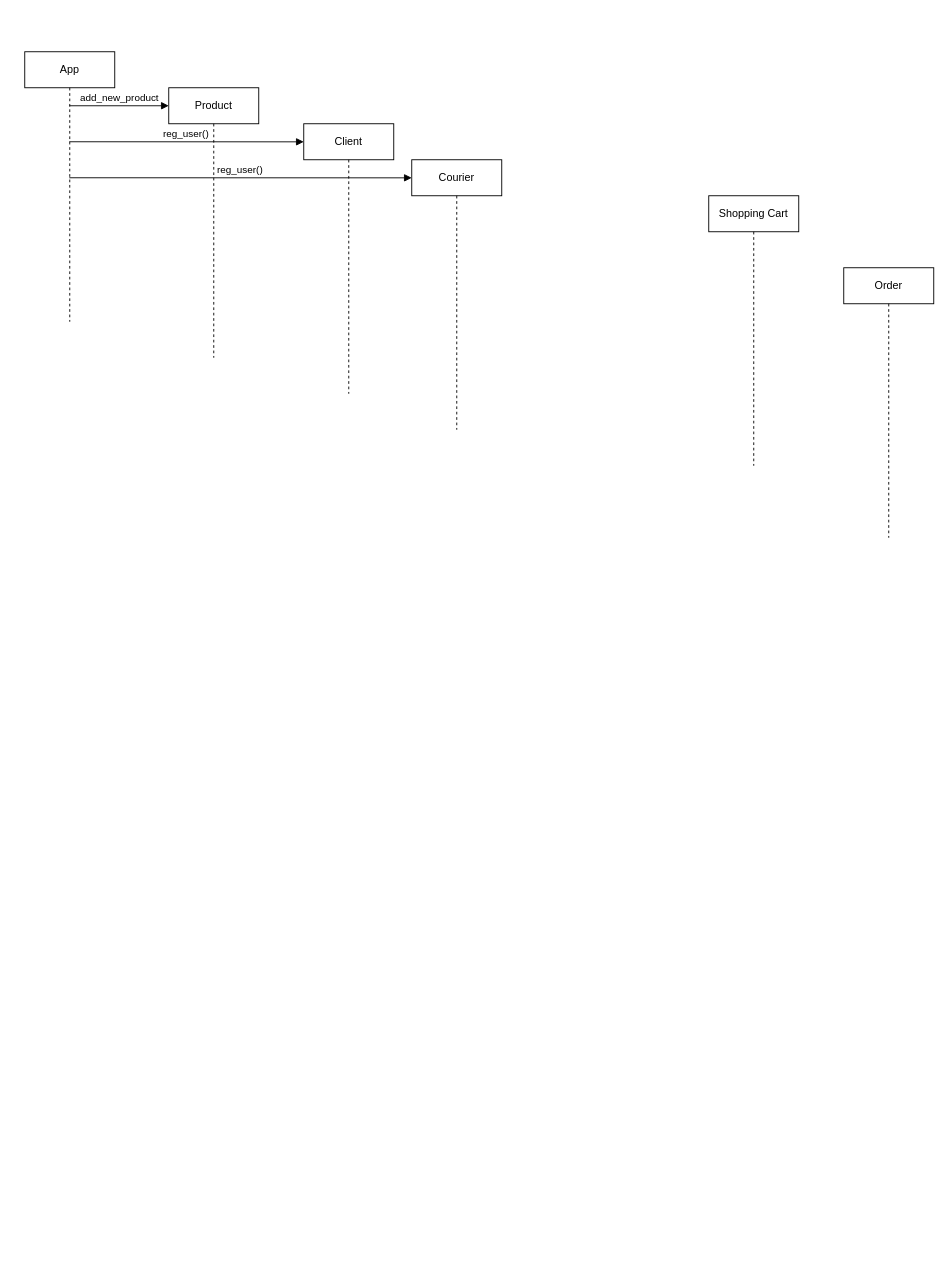
MstislavRomanovski/ProgramIngeneering keeps this draw.io diagram as actions_sequnce_delivery_service.drawio. Above is the earlier version. Source tidied: cells renumbered, new cells numbered last; positions are measured from the earlier drawing's top-left corner, leaving out a move shared by most shapes. Both pictures are drawn from the tidied source at 90%, with x=0, y=0 at pixel (24, 51).
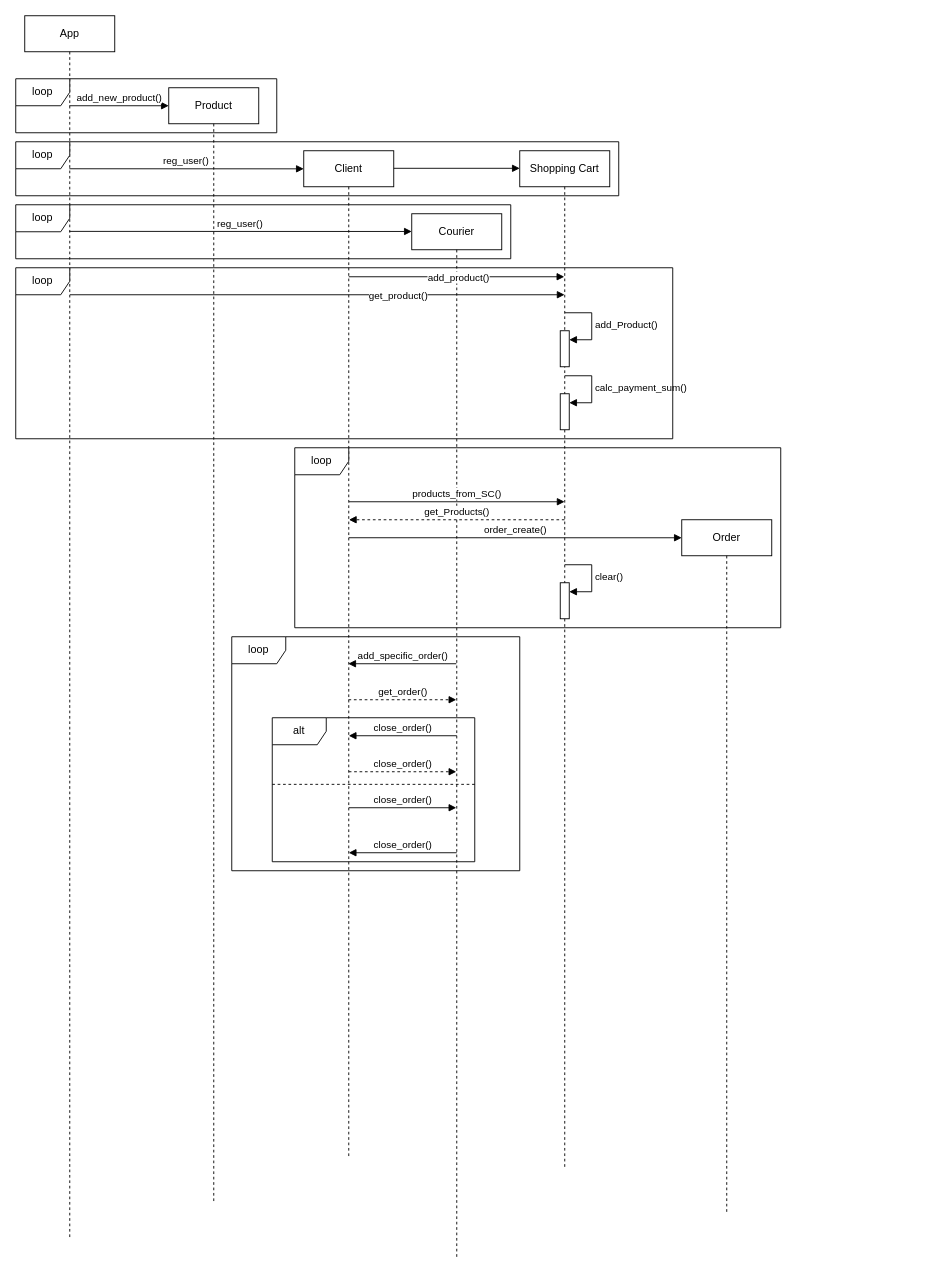
After the change.

Diff of the diagram source:
```diff
@@
     <mxCell id="2" value="App" style="shape=umlLifeline;perimeter=lifelinePerimeter;whiteSpace=wrap;html=1;newEdgeStyle={&quot;curved&quot;:0,&quot;rounded&quot;:0};" parent="1" vertex="1">
-      <mxGeometry width="100" height="300" as="geometry" />
+      <mxGeometry y="-40" width="100" height="1360" as="geometry" />
     </mxCell>
     <mxCell id="3" value="Product" style="shape=umlLifeline;perimeter=lifelinePerimeter;whiteSpace=wrap;html=1;newEdgeStyle={&quot;curved&quot;:0,&quot;rounded&quot;:0};" parent="1" vertex="1">
-      <mxGeometry x="160" y="40" width="100" height="300" as="geometry" />
+      <mxGeometry x="160" y="40" width="100" height="1240" as="geometry" />
     </mxCell>
     <mxCell id="4" value="Client" style="shape=umlLifeline;perimeter=lifelinePerimeter;whiteSpace=wrap;html=1;newEdgeStyle={&quot;curved&quot;:0,&quot;rounded&quot;:0};" parent="1" vertex="1">
-      <mxGeometry x="310" y="80" width="100" height="300" as="geometry" />
+      <mxGeometry x="310" y="110" width="100" height="1120" as="geometry" />
     </mxCell>
     <mxCell id="5" value="Courier" style="shape=umlLifeline;perimeter=lifelinePerimeter;whiteSpace=wrap;html=1;outlineConnect=0;portConstraint=eastwest;newEdgeStyle={&quot;curved&quot;:0,&quot;rounded&quot;:0};" parent="1" vertex="1">
-      <mxGeometry x="430" y="120" width="100" height="300" as="geometry" />
+      <mxGeometry x="430" y="180" width="100" height="1160" as="geometry" />
     </mxCell>
     <mxCell id="6" value="Order" style="shape=umlLifeline;perimeter=lifelinePerimeter;whiteSpace=wrap;html=1;outlineConnect=0;portConstraint=eastwest;newEdgeStyle={&quot;curved&quot;:0,&quot;rounded&quot;:0};" parent="1" vertex="1">
-      <mxGeometry x="910" y="240" width="100" height="300" as="geometry" />
+      <mxGeometry x="730" y="520" width="100" height="770" as="geometry" />
     </mxCell>
     <mxCell id="7" value="Shopping Cart" style="shape=umlLifeline;perimeter=lifelinePerimeter;whiteSpace=wrap;html=1;outlineConnect=0;portConstraint=eastwest;newEdgeStyle={&quot;curved&quot;:0,&quot;rounded&quot;:0};" parent="1" vertex="1">
-      <mxGeometry x="760" y="160" width="100" height="300" as="geometry" />
+      <mxGeometry x="550" y="110" width="100" height="1130" as="geometry" />
     </mxCell>
+    <mxCell id="11" value="add_Product()" style="html=1;align=left;spacingLeft=2;endArrow=block;rounded=0;edgeStyle=orthogonalEdgeStyle;curved=0;rounded=0;" parent="7" edge="1">
+      <mxGeometry relative="1" as="geometry">
+        <mxPoint x="50" y="180" as="sourcePoint" />
+        <mxPoint x="55" y="210" as="targetPoint" />
+        <Array as="points">
+          <mxPoint x="80" y="210" />
+        </Array>
+      </mxGeometry>
+    </mxCell>
+    <mxCell id="12" value="calc_payment_sum()" style="html=1;align=left;spacingLeft=2;endArrow=block;rounded=0;edgeStyle=orthogonalEdgeStyle;curved=0;rounded=0;" parent="7" edge="1">
+      <mxGeometry relative="1" as="geometry">
+        <mxPoint x="50" y="250" as="sourcePoint" />
+        <mxPoint x="55" y="280" as="targetPoint" />
+        <Array as="points">
+          <mxPoint x="80" y="280" />
+        </Array>
+      </mxGeometry>
+    </mxCell>
+    <mxCell id="13" style="html=1;perimeter=orthogonalPerimeter;targetShapes=umlLifeline;newEdgeStyle={&quot;curved&quot;:0,&quot;rounded&quot;:0};" parent="7" vertex="1">
+      <mxGeometry x="45" y="270" width="10" height="40" as="geometry" />
+    </mxCell>
+    <mxCell id="14" value="clear()" style="html=1;align=left;spacingLeft=2;endArrow=block;rounded=0;edgeStyle=orthogonalEdgeStyle;curved=0;rounded=0;" parent="7" edge="1">
+      <mxGeometry relative="1" as="geometry">
+        <mxPoint x="50" y="460" as="sourcePoint" />
+        <mxPoint x="55" y="490" as="targetPoint" />
+        <Array as="points">
+          <mxPoint x="80" y="490" />
+        </Array>
+      </mxGeometry>
+    </mxCell>
+    <mxCell id="15" style="html=1;perimeter=orthogonalPerimeter;targetShapes=umlLifeline;newEdgeStyle={&quot;curved&quot;:0,&quot;rounded&quot;:0};" parent="7" vertex="1">
+      <mxGeometry x="45" y="480" width="10" height="40" as="geometry" />
+    </mxCell>
-    <mxCell id="8" value="add_new_product" style="html=1;verticalAlign=bottom;endArrow=block;curved=0;rounded=0;" parent="1" edge="1">
+    <mxCell id="8" value="add_new_product()" style="html=1;verticalAlign=bottom;endArrow=block;curved=0;rounded=0;" parent="1" edge="1">
       <mxGeometry relative="1" as="geometry">
         <mxPoint x="49.5" y="60" as="sourcePoint" />
         <mxPoint x="160" y="60" as="targetPoint" />
       </mxGeometry>
     </mxCell>
     <mxCell id="9" value="reg_user()" style="html=1;verticalAlign=bottom;endArrow=block;curved=0;rounded=0;entryX=0;entryY=0.067;entryDx=0;entryDy=0;entryPerimeter=0;" parent="1" edge="1">
       <mxGeometry relative="1" as="geometry">
-        <mxPoint x="49.5" y="100" as="sourcePoint" />
-        <mxPoint x="310" y="100.1" as="targetPoint" />
+        <mxPoint x="49.5" y="130" as="sourcePoint" />
+        <mxPoint x="310" y="130.1" as="targetPoint" />
       </mxGeometry>
     </mxCell>
-    <mxCell id="10" value="reg_user()" style="html=1;verticalAlign=bottom;endArrow=block;curved=0;rounded=0;entryX=0;entryY=0.067;entryDx=0;entryDy=0;entryPerimeter=0;" parent="1" edge="1" target="5">
+    <mxCell id="10" value="reg_user()" style="html=1;verticalAlign=bottom;endArrow=block;curved=0;rounded=0;entryX=0;entryY=0.067;entryDx=0;entryDy=0;entryPerimeter=0;" parent="1" edge="1">
       <mxGeometry relative="1" as="geometry">
-        <mxPoint x="49.5" y="140" as="sourcePoint" />
+        <mxPoint x="49.5" y="199.6" as="sourcePoint" />
+        <mxPoint x="430" y="199.7" as="targetPoint" />
       </mxGeometry>
     </mxCell>
+    <mxCell id="16" style="html=1;verticalAlign=bottom;endArrow=block;curved=0;rounded=0;" parent="1" edge="1">
+      <mxGeometry relative="1" as="geometry">
+        <mxPoint x="410" y="129.5" as="sourcePoint" />
+        <mxPoint x="550" y="129.5" as="targetPoint" />
+      </mxGeometry>
+    </mxCell>
+    <mxCell id="17" value="loop" style="shape=umlFrame;whiteSpace=wrap;html=1;" parent="1" vertex="1">
+      <mxGeometry x="-10" y="30" width="290" height="60" as="geometry" />
+    </mxCell>
+    <mxCell id="18" value="order_create()" style="html=1;verticalAlign=bottom;endArrow=block;curved=0;rounded=0;entryX=0;entryY=0.026;entryDx=0;entryDy=0;entryPerimeter=0;" parent="1" edge="1" target="6">
+      <mxGeometry relative="1" as="geometry">
+        <mxPoint x="360" y="540" as="sourcePoint" />
+      </mxGeometry>
+    </mxCell>
+    <mxCell id="19" value="loop" style="shape=umlFrame;whiteSpace=wrap;html=1;" parent="1" vertex="1">
+      <mxGeometry x="300" y="440" width="540" height="200" as="geometry" />
+    </mxCell>
+    <mxCell id="20" value="loop" style="shape=umlFrame;whiteSpace=wrap;html=1;" parent="1" vertex="1">
+      <mxGeometry x="-10" y="100" width="670" height="60" as="geometry" />
+    </mxCell>
+    <mxCell id="21" value="loop" style="shape=umlFrame;whiteSpace=wrap;html=1;" parent="1" vertex="1">
+      <mxGeometry x="-10" y="170" width="550" height="60" as="geometry" />
+    </mxCell>
+    <mxCell id="22" style="html=1;verticalAlign=bottom;endArrow=block;curved=0;rounded=0;" parent="1" edge="1" target="7">
+      <mxGeometry relative="1" as="geometry">
+        <mxPoint x="360" y="250" as="sourcePoint" />
+      </mxGeometry>
+    </mxCell>
+    <mxCell id="23" value="add_product()" style="edgeLabel;html=1;align=center;verticalAlign=middle;" parent="22" vertex="1">
+      <mxGeometry x="0.19" relative="1" as="geometry">
+        <mxPoint x="-22" as="offset" />
+      </mxGeometry>
+    </mxCell>
+    <mxCell id="24" style="html=1;verticalAlign=bottom;endArrow=block;curved=0;rounded=0;" parent="1" edge="1">
+      <mxGeometry relative="1" as="geometry">
+        <mxPoint x="50.2" y="270" as="sourcePoint" />
+        <mxPoint x="599.8" y="270" as="targetPoint" />
+      </mxGeometry>
+    </mxCell>
+    <mxCell id="25" value="get_product()" style="edgeLabel;html=1;align=center;verticalAlign=middle;" parent="24" vertex="1">
+      <mxGeometry x="0.19" relative="1" as="geometry">
+        <mxPoint x="37" as="offset" />
+      </mxGeometry>
+    </mxCell>
+    <mxCell id="26" value="loop" style="shape=umlFrame;whiteSpace=wrap;html=1;" parent="1" vertex="1">
+      <mxGeometry x="-10" y="240" width="730" height="190" as="geometry" />
+    </mxCell>
+    <mxCell id="27" style="html=1;perimeter=orthogonalPerimeter;targetShapes=umlLifeline;newEdgeStyle={&quot;curved&quot;:0,&quot;rounded&quot;:0};" parent="1" vertex="1">
+      <mxGeometry x="595" y="310" width="10" height="40" as="geometry" />
+    </mxCell>
+    <mxCell id="28" value="products_from_SC()" style="html=1;verticalAlign=bottom;endArrow=block;curved=0;rounded=0;" parent="1" edge="1">
+      <mxGeometry relative="1" as="geometry">
+        <mxPoint x="360.2" y="500" as="sourcePoint" />
+        <mxPoint x="599.8" y="500" as="targetPoint" />
+      </mxGeometry>
+    </mxCell>
+    <mxCell id="29" value="get_Products()" style="html=1;verticalAlign=bottom;endArrow=block;curved=0;rounded=0;dashed=1;" parent="1" edge="1">
+      <mxGeometry relative="1" as="geometry">
+        <mxPoint x="599.8" y="520" as="sourcePoint" />
+        <mxPoint x="360.2" y="520" as="targetPoint" />
+      </mxGeometry>
+    </mxCell>
+    <mxCell id="30" value="add_specific_order()" style="html=1;verticalAlign=bottom;endArrow=block;curved=0;rounded=0;" parent="1" edge="1">
+      <mxGeometry relative="1" as="geometry">
+        <mxPoint x="479.5" y="680" as="sourcePoint" />
+        <mxPoint x="359.5" y="680" as="targetPoint" />
+      </mxGeometry>
+    </mxCell>
+    <mxCell id="31" value="get_order()" style="html=1;verticalAlign=bottom;endArrow=block;curved=0;rounded=0;dashed=1;" parent="1" edge="1">
+      <mxGeometry relative="1" as="geometry">
+        <mxPoint x="359.7" y="720" as="sourcePoint" />
+        <mxPoint x="479.5" y="720" as="targetPoint" />
+      </mxGeometry>
+    </mxCell>
+    <mxCell id="32" value="loop" style="shape=umlFrame;whiteSpace=wrap;html=1;" parent="1" vertex="1">
+      <mxGeometry x="230" y="650" width="320" height="260" as="geometry" />
+    </mxCell>
+    <mxCell id="33" value="close_order()" style="html=1;verticalAlign=bottom;endArrow=block;curved=0;rounded=0;" parent="1" edge="1">
+      <mxGeometry relative="1" as="geometry">
+        <mxPoint x="480" y="760" as="sourcePoint" />
+        <mxPoint x="360" y="760" as="targetPoint" />
+      </mxGeometry>
+    </mxCell>
+    <mxCell id="34" value="close_order()" style="html=1;verticalAlign=bottom;endArrow=block;curved=0;rounded=0;dashed=1;" parent="1" edge="1">
+      <mxGeometry relative="1" as="geometry">
+        <mxPoint x="360" y="800" as="sourcePoint" />
+        <mxPoint x="479.5" y="800" as="targetPoint" />
+      </mxGeometry>
+    </mxCell>
+    <mxCell id="35" value="close_order()" style="html=1;verticalAlign=bottom;endArrow=block;curved=0;rounded=0;" parent="1" edge="1">
+      <mxGeometry relative="1" as="geometry">
+        <mxPoint x="360" y="840" as="sourcePoint" />
+        <mxPoint x="479.5" y="840" as="targetPoint" />
+      </mxGeometry>
+    </mxCell>
+    <mxCell id="36" value="close_order()" style="html=1;verticalAlign=bottom;endArrow=block;curved=0;rounded=0;" parent="1" edge="1">
+      <mxGeometry relative="1" as="geometry">
+        <mxPoint x="480" y="890" as="sourcePoint" />
+        <mxPoint x="360" y="890" as="targetPoint" />
+      </mxGeometry>
+    </mxCell>
+    <mxCell id="37" value="alt" style="shape=umlFrame;whiteSpace=wrap;html=1;" parent="1" vertex="1">
+      <mxGeometry x="275" y="740" width="225" height="160" as="geometry" />
+    </mxCell>
+    <mxCell id="38" style="line;strokeWidth=1;fillColor=none;align=left;verticalAlign=middle;spacingTop=-1;spacingLeft=3;spacingRight=3;labelPosition=right;strokeColor=inherit;dashed=1;" parent="1" vertex="1">
+      <mxGeometry x="275" y="810" width="225" height="8" as="geometry" />
+    </mxCell>
```
